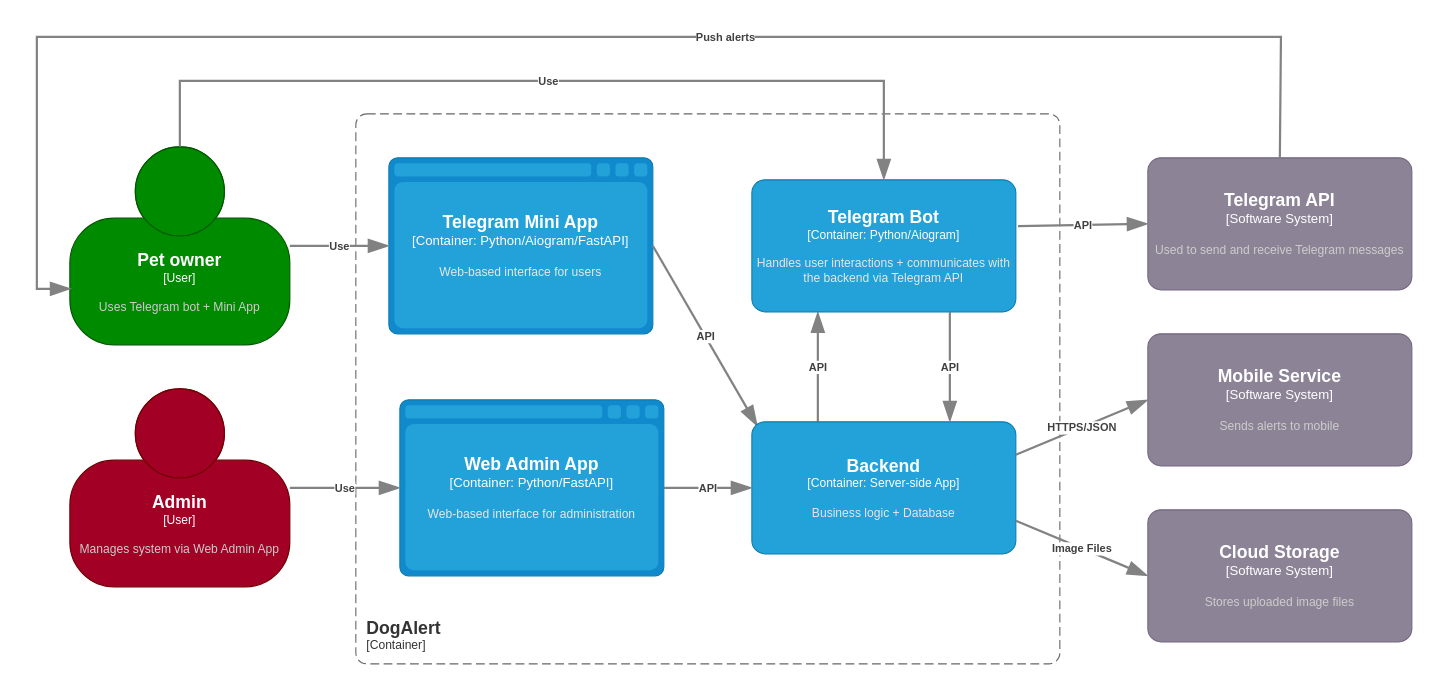
This is page "DogAlert" (1 of 2) of docs/architecture/C4 model.drawio from artyombn/dogalert, a draw.io file, before an edit. Source tidied: cells renumbered, new cells numbered last; positions are measured from the earlier drawing's top-left corner, leaving out a move shared by most shapes. Both pictures are drawn from the tidied source at 110%, with x=0, y=0 at pixel (36, 36).
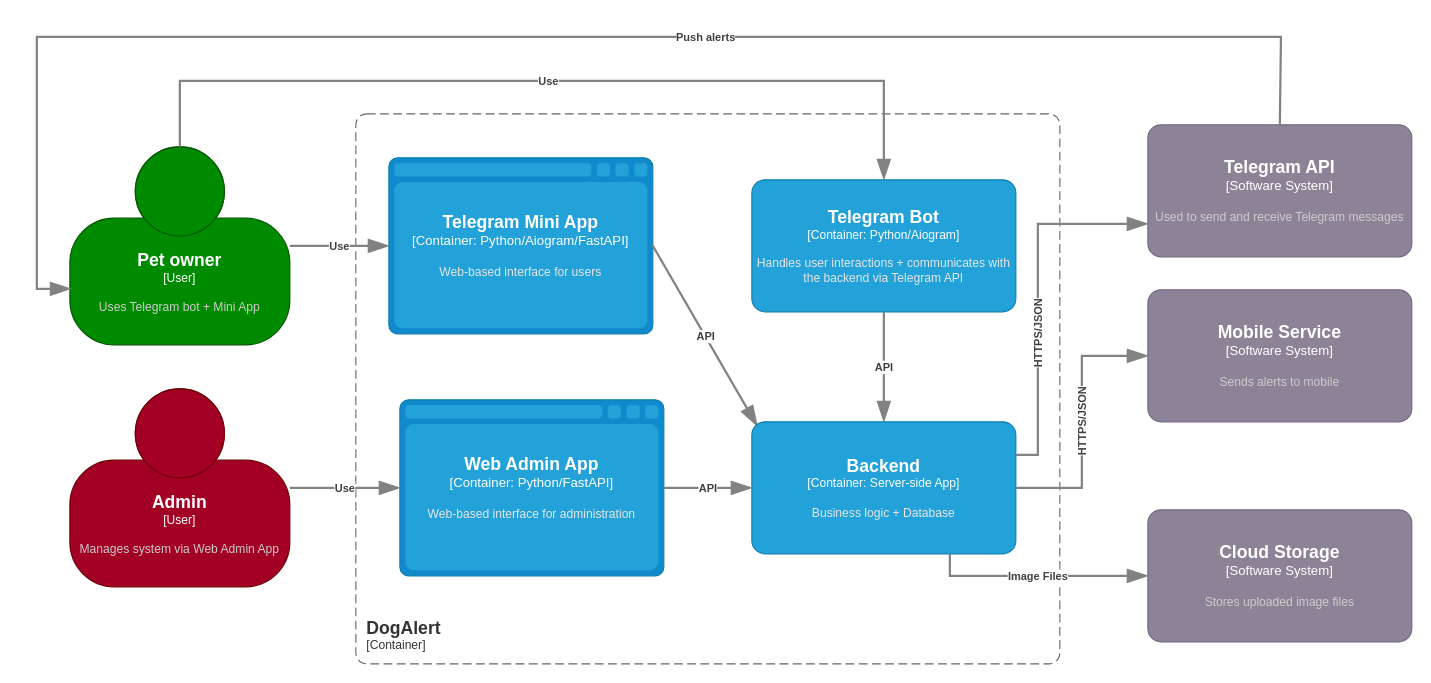
After the change.

The change refers to these unchanged cells:
```xml
<object id="10" label="&lt;font style=&quot;font-size: 16px&quot;&gt;&lt;b&gt;%c4Name%&lt;/b&gt;&lt;/font&gt;&lt;div&gt;[%c4Type%]&lt;/div&gt;&lt;br&gt;&lt;div&gt;&lt;font style=&quot;font-size: 11px&quot;&gt;&lt;font color=&quot;#cccccc&quot;&gt;%c4Description%&lt;/font&gt;&lt;/div&gt;" c4Description="Stores uploaded image files" c4Name="Cloud Storage" c4Type="Software System" placeholders="1">
  <mxCell style="rounded=1;whiteSpace=wrap;html=1;labelBackgroundColor=none;fillColor=#8C8496;fontColor=#ffffff;align=center;arcSize=10;strokeColor=#736782;points=[[0.25,0,0],[0.5,0,0],[0.75,0,0],[1,0.25,0],[1,0.5,0],[1,0.75,0],[0.75,1,0],[0.5,1,0],[0.25,1,0],[0,0.75,0],[0,0.5,0],[0,0.25,0]];" parent="1" vertex="1">
    <mxGeometry x="1010" y="430" width="240" height="120" as="geometry" />
  </mxCell>
</object>
<object id="11" label="&lt;font style=&quot;font-size: 16px&quot;&gt;&lt;b&gt;%c4Name%&lt;/b&gt;&lt;/font&gt;&lt;div&gt;[%c4Type%: %c4Technology%]&lt;/div&gt;&lt;br&gt;&lt;div&gt;&lt;font style=&quot;font-size: 11px&quot;&gt;&lt;font color=&quot;#E6E6E6&quot;&gt;%c4Description%&lt;/font&gt;&lt;/div&gt;" c4Description="Business logic + Database" c4Name="Backend" c4Technology="Server-side App" c4Type="Container" placeholders="1">
  <mxCell style="rounded=1;whiteSpace=wrap;html=1;fontSize=11;labelBackgroundColor=none;fillColor=#23A2D9;fontColor=#ffffff;align=center;arcSize=10;strokeColor=#0E7DAD;points=[[0.25,0,0],[0.5,0,0],[0.75,0,0],[1,0.25,0],[1,0.5,0],[1,0.75,0],[0.75,1,0],[0.5,1,0],[0.25,1,0],[0,0.75,0],[0,0.5,0],[0,0.25,0]];" parent="1" vertex="1">
    <mxGeometry x="650" y="350" width="240" height="120" as="geometry" />
  </mxCell>
</object>
<object id="16" label="&lt;font style=&quot;font-size: 16px&quot;&gt;&lt;b&gt;%c4Name%&lt;/b&gt;&lt;/font&gt;&lt;div&gt;[%c4Type%: %c4Technology%]&lt;/div&gt;&lt;br&gt;&lt;div&gt;&lt;font style=&quot;font-size: 11px&quot;&gt;&lt;font color=&quot;#E6E6E6&quot;&gt;%c4Description%&lt;/font&gt;&lt;/div&gt;" c4Description="Handles user interactions + communicates with the backend via Telegram API" c4Name="Telegram Bot" c4Technology="Python/Aiogram" c4Type="Container" placeholders="1">
  <mxCell style="rounded=1;whiteSpace=wrap;html=1;fontSize=11;labelBackgroundColor=none;fillColor=#23A2D9;fontColor=#ffffff;align=center;arcSize=10;strokeColor=#0E7DAD;points=[[0.25,0,0],[0.5,0,0],[0.75,0,0],[1,0.25,0],[1,0.5,0],[1,0.75,0],[0.75,1,0],[0.5,1,0],[0.25,1,0],[0,0.75,0],[0,0.5,0],[0,0.25,0]];" parent="1" vertex="1">
    <mxGeometry x="650" y="130" width="240" height="120" as="geometry" />
  </mxCell>
</object>
```

The edit, as a diff of the source:
```diff
@@
-    <object id="8" label="&lt;div style=&quot;text-align: left&quot;&gt;&lt;div style=&quot;text-align: center&quot;&gt;&lt;b&gt;%c4Description%&lt;/b&gt;&lt;/div&gt;" c4Description="API" placeholders="1">
-      <mxCell style="endArrow=blockThin;html=1;fontSize=10;fontColor=#404040;strokeWidth=2;endFill=1;strokeColor=#828282;elbow=vertical;endSize=14;startSize=14;jumpStyle=arc;jumpSize=16;rounded=0;entryX=0.25;entryY=1;entryDx=0;entryDy=0;entryPerimeter=0;exitX=0.25;exitY=0;exitDx=0;exitDy=0;exitPerimeter=0;" parent="1" edge="1" source="11" target="16">
-        <mxGeometry relative="1" as="geometry" />
-      </mxCell>
-    </object>
     <object id="9" label="&lt;font style=&quot;font-size: 16px&quot;&gt;&lt;b&gt;%c4Name%&lt;/b&gt;&lt;/font&gt;&lt;div&gt;[%c4Type%]&lt;/div&gt;&lt;br&gt;&lt;div&gt;&lt;font style=&quot;font-size: 11px&quot;&gt;&lt;font color=&quot;#cccccc&quot;&gt;%c4Description%&lt;/font&gt;&lt;/div&gt;" c4Description="Sends alerts to mobile" c4Name="Mobile Service" c4Type="Software System" placeholders="1">
       <mxCell style="rounded=1;whiteSpace=wrap;html=1;labelBackgroundColor=none;fillColor=#8C8496;fontColor=#ffffff;align=center;arcSize=10;strokeColor=#736782;points=[[0.25,0,0],[0.5,0,0],[0.75,0,0],[1,0.25,0],[1,0.5,0],[1,0.75,0],[0.75,1,0],[0.5,1,0],[0.25,1,0],[0,0.75,0],[0,0.5,0],[0,0.25,0]];" parent="1" vertex="1">
-        <mxGeometry x="1010" y="270" width="240" height="120" as="geometry" />
+        <mxGeometry x="1010" y="230" width="240" height="120" as="geometry" />
       </mxCell>
     </object>
@@
     <object id="12" label="&lt;div style=&quot;text-align: left&quot;&gt;&lt;div style=&quot;text-align: center&quot;&gt;&lt;b&gt;%c4Description%&lt;/b&gt;&lt;/div&gt;" c4Description="HTTPS/JSON" placeholders="1">
-      <mxCell style="endArrow=blockThin;html=1;fontSize=10;fontColor=#404040;strokeWidth=2;endFill=1;strokeColor=#828282;elbow=vertical;endSize=14;startSize=14;jumpStyle=arc;jumpSize=16;rounded=0;exitX=1;exitY=0.25;exitDx=0;exitDy=0;exitPerimeter=0;entryX=0;entryY=0.5;entryDx=0;entryDy=0;entryPerimeter=0;" parent="1" edge="1" source="11" target="9">
-        <mxGeometry relative="1" as="geometry" />
+      <mxCell style="endArrow=blockThin;html=1;fontSize=10;fontColor=#404040;strokeWidth=2;endFill=1;strokeColor=#828282;elbow=vertical;endSize=14;startSize=14;jumpStyle=arc;jumpSize=16;rounded=0;exitX=1;exitY=0.5;exitDx=0;exitDy=0;exitPerimeter=0;entryX=0;entryY=0.5;entryDx=0;entryDy=0;entryPerimeter=0;edgeStyle=orthogonalEdgeStyle;horizontal=0;" parent="1" edge="1" source="11" target="9">
+        <mxGeometry relative="1" as="geometry">
+          <Array as="points">
+            <mxPoint x="950" y="410" />
+            <mxPoint x="950" y="290" />
+          </Array>
+        </mxGeometry>
       </mxCell>
     </object>
     <object id="13" label="&lt;div style=&quot;text-align: left&quot;&gt;&lt;div style=&quot;text-align: center&quot;&gt;&lt;b&gt;%c4Description%&lt;/b&gt;&lt;/div&gt;" c4Description="Image Files" placeholders="1">
-      <mxCell style="endArrow=blockThin;html=1;fontSize=10;fontColor=#404040;strokeWidth=2;endFill=1;strokeColor=#828282;elbow=vertical;endSize=14;startSize=14;jumpStyle=arc;jumpSize=16;rounded=0;exitX=1;exitY=0.75;exitDx=0;exitDy=0;exitPerimeter=0;entryX=0;entryY=0.5;entryDx=0;entryDy=0;entryPerimeter=0;labelPosition=center;verticalLabelPosition=middle;align=center;verticalAlign=middle;" parent="1" edge="1" source="11" target="10">
-        <mxGeometry relative="1" as="geometry" />
+      <mxCell style="endArrow=blockThin;html=1;fontSize=10;fontColor=#404040;strokeWidth=2;endFill=1;strokeColor=#828282;elbow=vertical;endSize=14;startSize=14;jumpStyle=arc;jumpSize=16;rounded=0;exitX=0.75;exitY=1;exitDx=0;exitDy=0;exitPerimeter=0;entryX=0;entryY=0.5;entryDx=0;entryDy=0;entryPerimeter=0;labelPosition=center;verticalLabelPosition=middle;align=center;verticalAlign=middle;edgeStyle=orthogonalEdgeStyle;" parent="1" edge="1" source="11" target="10">
+        <mxGeometry relative="1" as="geometry">
+          <Array as="points">
+            <mxPoint x="830" y="490" />
+          </Array>
+        </mxGeometry>
       </mxCell>
     </object>
@@
     <object id="17" label="&lt;font style=&quot;font-size: 16px&quot;&gt;&lt;b&gt;%c4Name%&lt;/b&gt;&lt;/font&gt;&lt;div&gt;[%c4Type%]&lt;/div&gt;&lt;br&gt;&lt;div&gt;&lt;font style=&quot;font-size: 11px&quot;&gt;&lt;font color=&quot;#cccccc&quot;&gt;%c4Description%&lt;/font&gt;&lt;/div&gt;" c4Description="Used to send and receive Telegram messages" c4Name="Telegram API" c4Type="Software System" placeholders="1">
       <mxCell style="rounded=1;whiteSpace=wrap;html=1;labelBackgroundColor=none;fillColor=#8C8496;fontColor=#ffffff;align=center;arcSize=10;strokeColor=#736782;points=[[0.25,0,0],[0.5,0,0],[0.75,0,0],[1,0.25,0],[1,0.5,0],[1,0.75,0],[0.75,1,0],[0.5,1,0],[0.25,1,0],[0,0.75,0],[0,0.5,0],[0,0.25,0]];" parent="1" vertex="1">
-        <mxGeometry x="1010" y="110" width="240" height="120" as="geometry" />
+        <mxGeometry x="1010" y="80" width="240" height="120" as="geometry" />
       </mxCell>
     </object>
@@
     <object id="20" label="&lt;div style=&quot;text-align: left&quot;&gt;&lt;div style=&quot;text-align: center&quot;&gt;&lt;b&gt;%c4Description%&lt;/b&gt;&lt;/div&gt;" c4Description="API" placeholders="1">
-      <mxCell style="endArrow=blockThin;html=1;fontSize=10;fontColor=#404040;strokeWidth=2;endFill=1;strokeColor=#828282;elbow=vertical;endSize=14;startSize=14;jumpStyle=arc;jumpSize=16;rounded=0;entryX=0.75;entryY=0;entryDx=0;entryDy=0;entryPerimeter=0;exitX=0.75;exitY=1;exitDx=0;exitDy=0;exitPerimeter=0;" parent="1" edge="1" source="16" target="11">
+      <mxCell style="endArrow=blockThin;html=1;fontSize=10;fontColor=#404040;strokeWidth=2;endFill=1;strokeColor=#828282;elbow=vertical;endSize=14;startSize=14;jumpStyle=arc;jumpSize=16;rounded=0;entryX=0.5;entryY=0;entryDx=0;entryDy=0;entryPerimeter=0;exitX=0.5;exitY=1;exitDx=0;exitDy=0;exitPerimeter=0;" parent="1" edge="1" source="16" target="11">
         <mxGeometry relative="1" as="geometry" />
       </mxCell>
     </object>
@@
-    <object id="22" label="&lt;div style=&quot;text-align: left&quot;&gt;&lt;div style=&quot;text-align: center&quot;&gt;&lt;b&gt;%c4Description%&lt;/b&gt;&lt;/div&gt;" c4Description="API" placeholders="1">
-      <mxCell style="endArrow=blockThin;html=1;fontSize=10;fontColor=#404040;strokeWidth=2;endFill=1;strokeColor=#828282;elbow=vertical;endSize=14;startSize=14;jumpStyle=arc;jumpSize=16;rounded=0;entryX=0;entryY=0.5;entryDx=0;entryDy=0;entryPerimeter=0;exitX=1.008;exitY=0.35;exitDx=0;exitDy=0;exitPerimeter=0;" parent="1" edge="1" source="16" target="17">
-        <mxGeometry relative="1" as="geometry" />
-      </mxCell>
-    </object>
+    <object id="23" label="&lt;div style=&quot;text-align: left&quot;&gt;&lt;div style=&quot;text-align: center&quot;&gt;&lt;b&gt;%c4Description%&lt;/b&gt;&lt;/div&gt;" c4Description="HTTPS/JSON" placeholders="1">
+      <mxCell style="endArrow=blockThin;html=1;fontSize=10;fontColor=#404040;strokeWidth=2;endFill=1;strokeColor=#828282;elbow=vertical;endSize=14;startSize=14;jumpStyle=arc;jumpSize=16;rounded=0;exitX=1;exitY=0.25;exitDx=0;exitDy=0;exitPerimeter=0;entryX=0;entryY=0.75;entryDx=0;entryDy=0;entryPerimeter=0;edgeStyle=orthogonalEdgeStyle;horizontal=0;" parent="1" edge="1" source="11" target="17">
+        <mxGeometry x="-0.21" relative="1" as="geometry">
+          <Array as="points">
+            <mxPoint x="910" y="380" />
+            <mxPoint x="910" y="170" />
+          </Array>
+        </mxGeometry>
+      </mxCell>
+    </object>
```
